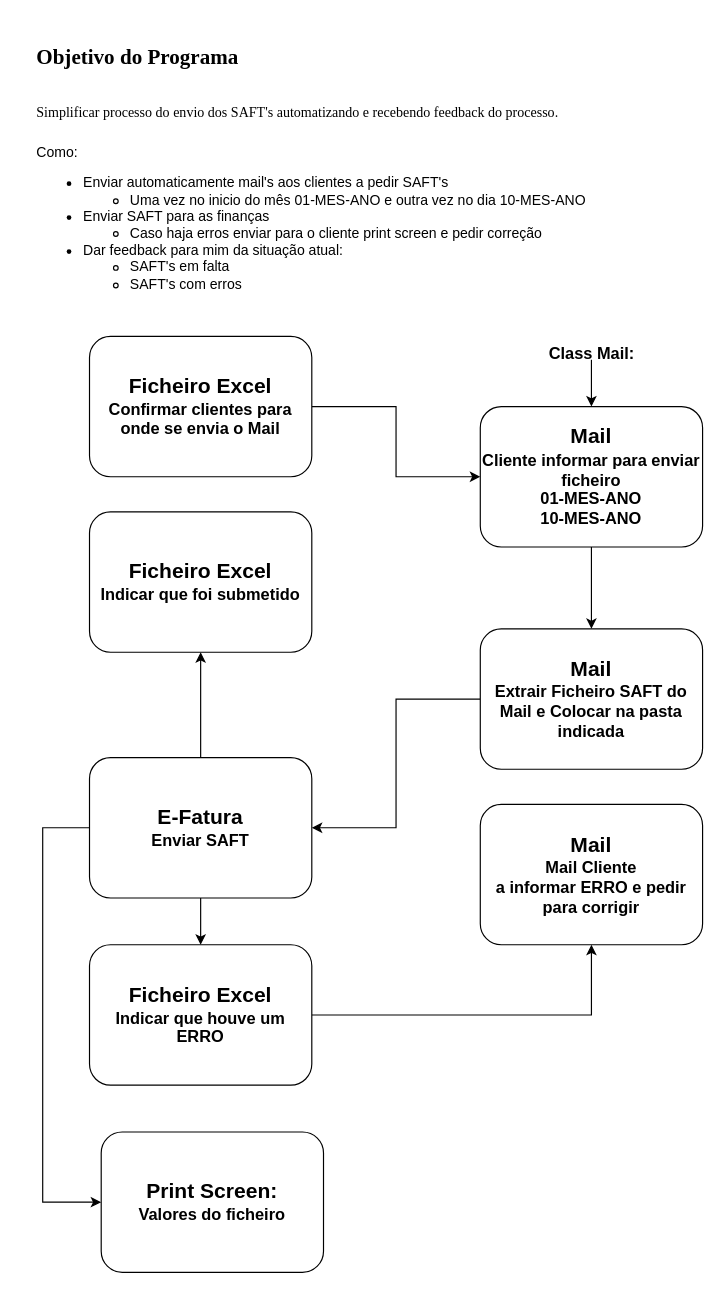
The draw.io diagram page "code_flow" (2 of 3) of Untitled Diagram.drawio in FredericoIsaac/mail_project, before the edit. Source tidied: cells renumbered, new cells numbered last; positions are measured from the earlier drawing's top-left corner, leaving out a move shared by most shapes. Both pictures are drawn from the tidied source at 117%, with x=0, y=0 at pixel (30, 32).
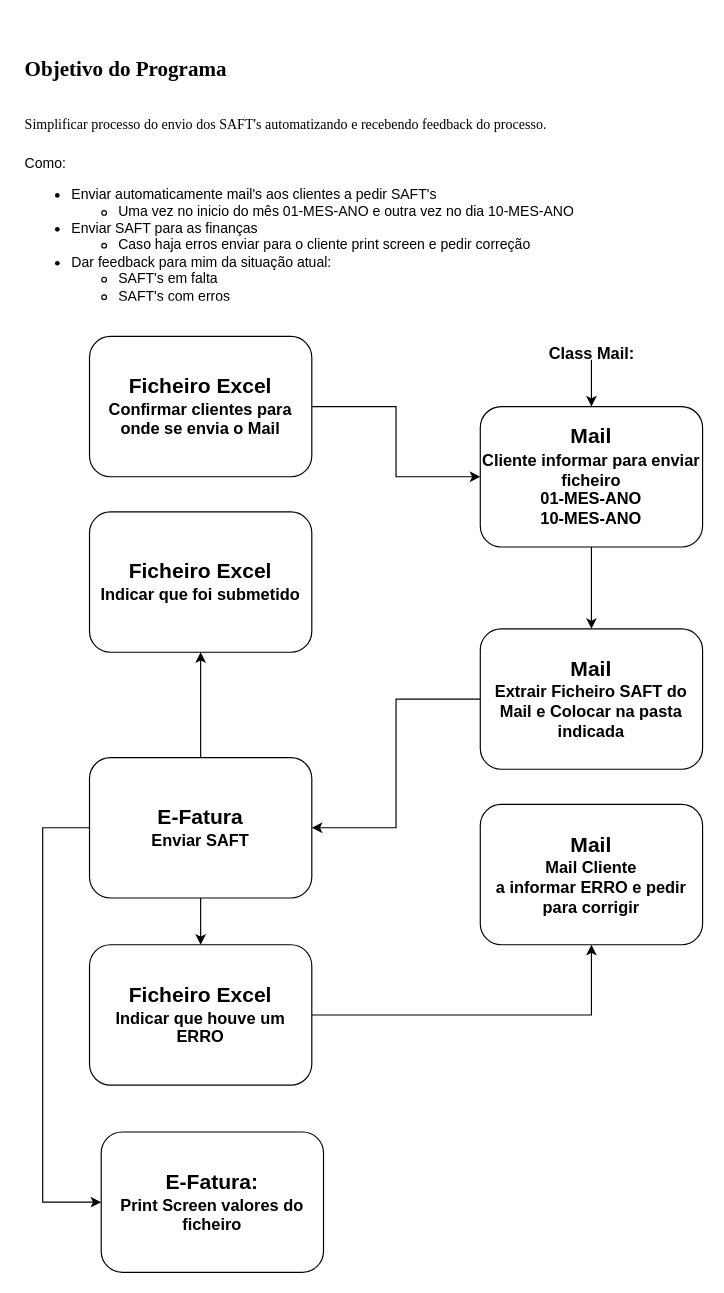
The same page after the edit.

Commit message:
modules resume

Change to the diagram source:
```diff
@@
     <mxCell id="2" value="&lt;h1&gt;&lt;font face=&quot;Times New Roman&quot; style=&quot;font-size: 18px&quot;&gt;Objetivo do Programa&lt;/font&gt;&lt;/h1&gt;&lt;h1&gt;&lt;font face=&quot;Times New Roman&quot;&gt;&lt;span style=&quot;font-size: 12px ; font-weight: 400&quot;&gt;Simplificar processo do envio dos SAFT's automatizando e recebendo feedback do processo.&lt;/span&gt;&lt;br&gt;&lt;/font&gt;&lt;/h1&gt;&lt;div&gt;&lt;span style=&quot;font-size: 12px ; font-weight: 400&quot;&gt;Como:&lt;/span&gt;&lt;/div&gt;&lt;div&gt;&lt;ul&gt;&lt;li&gt;&lt;span style=&quot;font-size: 12px ; font-weight: 400&quot;&gt;Enviar automaticamente mail's aos clientes a pedir SAFT's&lt;/span&gt;&lt;/li&gt;&lt;ul&gt;&lt;li&gt;Uma vez no inicio do mês 01-MES-ANO e outra vez no dia 10-MES-ANO&lt;/li&gt;&lt;ul&gt;&lt;/ul&gt;&lt;/ul&gt;&lt;li&gt;Enviar SAFT para as finanças&lt;/li&gt;&lt;ul&gt;&lt;li&gt;Caso haja erros enviar para o cliente print screen e pedir correção&lt;/li&gt;&lt;/ul&gt;&lt;li&gt;Dar feedback para mim da situação atual:&lt;/li&gt;&lt;ul&gt;&lt;li&gt;SAFT's em falta&amp;nbsp;&lt;/li&gt;&lt;li&gt;SAFT's com erros&lt;/li&gt;&lt;/ul&gt;&lt;/ul&gt;&lt;/div&gt;" style="text;html=1;strokeColor=none;fillColor=none;spacing=5;spacingTop=-20;whiteSpace=wrap;overflow=hidden;rounded=0;" parent="1" vertex="1">
-      <mxGeometry width="490" height="220" as="geometry" />
+      <mxGeometry x="-9.9" y="10" width="490" height="220" as="geometry" />
     </mxCell>
@@
-    <mxCell id="17" value="&lt;span style=&quot;font-weight: bold ; font-size: 18px&quot;&gt;Print Screen:&lt;br&gt;&lt;/span&gt;&lt;b&gt;&lt;font style=&quot;font-size: 14px&quot;&gt;Valores do ficheiro&lt;/font&gt;&lt;/b&gt;" style="shape=ext;rounded=1;html=1;whiteSpace=wrap;" parent="1" vertex="1">
+    <mxCell id="17" value="&lt;b&gt;&lt;font style=&quot;font-size: 18px&quot;&gt;E-Fatura&lt;/font&gt;&lt;/b&gt;&lt;span style=&quot;font-weight: bold ; font-size: 18px&quot;&gt;:&lt;br&gt;&lt;/span&gt;&lt;b&gt;&lt;font style=&quot;font-size: 14px&quot;&gt;Print Screen valores do ficheiro&lt;/font&gt;&lt;/b&gt;" style="shape=ext;rounded=1;html=1;whiteSpace=wrap;" parent="1" vertex="1">
       <mxGeometry x="60" y="940" width="190" height="120" as="geometry" />
     </mxCell>
```
